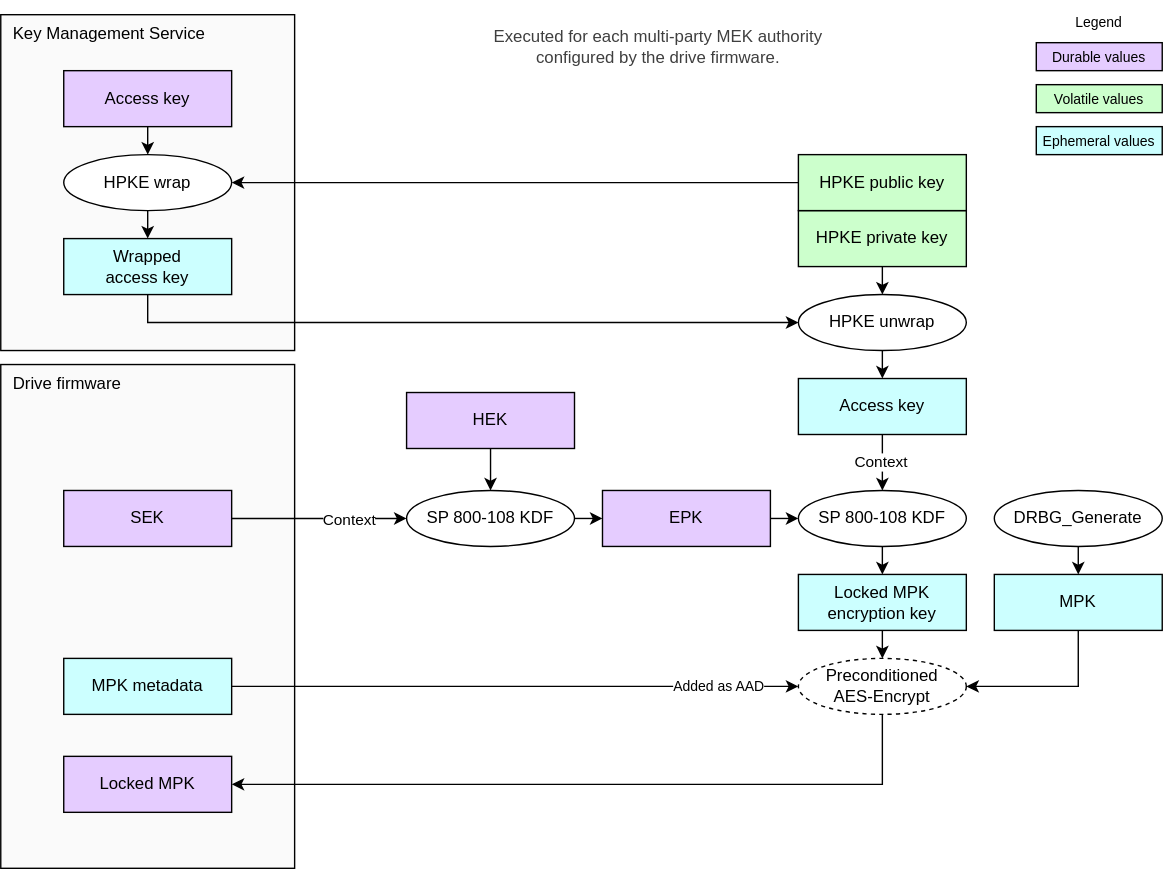
Before: doc/ocp_lock/diagrams/mpk_generate.drawio.svg, a diagram exported from draw.io (chipsalliance/Caliptra). Source tidied: cells renumbered, new cells last; positions are measured from the earlier drawing's top-left corner, leaving out a move shared by most shapes.
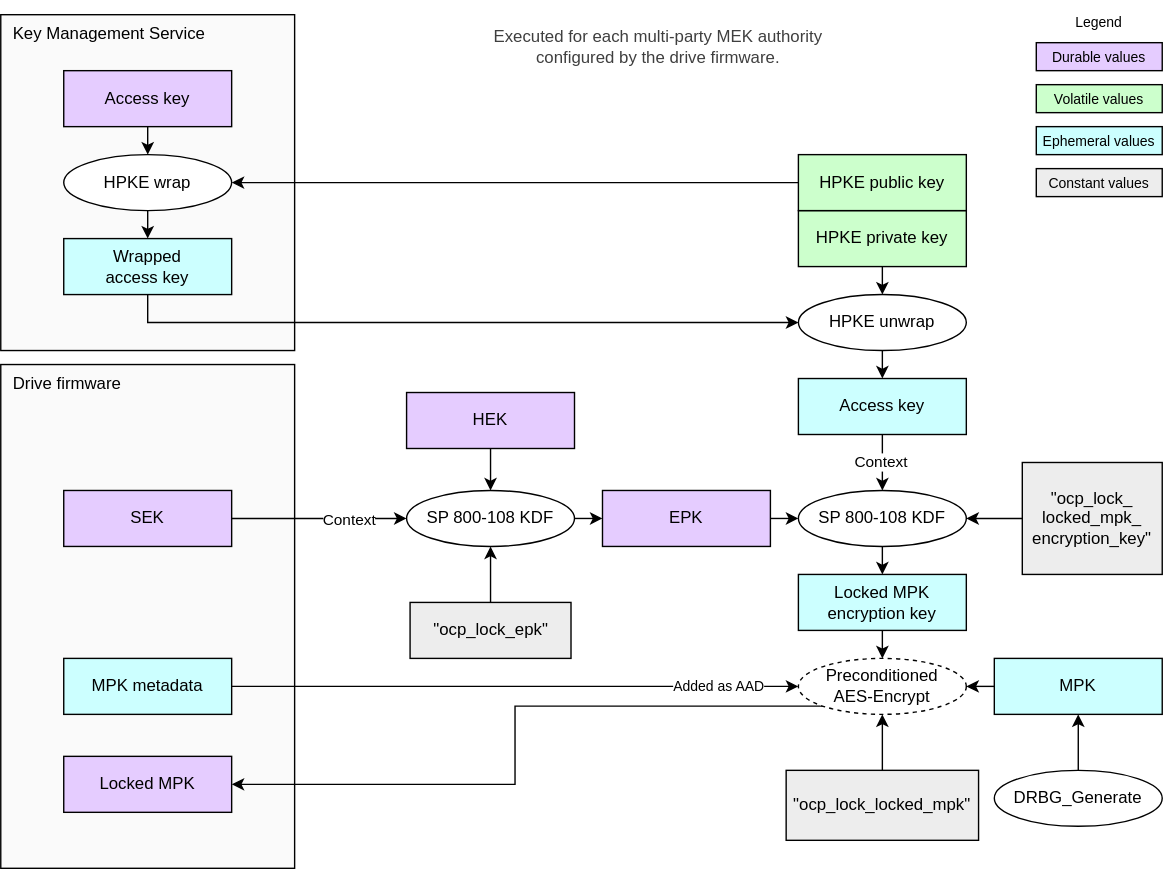
After the change.

Commit message:
[OCP-LOCK]: Add KDF labels to diagrams (#632)

The edit, as a diff of the source:
```diff
@@ -26,21 +26,21 @@
     <mxCell id="9" value="&lt;div&gt;&lt;font color=&quot;#000000&quot;&gt;Access key&lt;/font&gt;&lt;/div&gt;" style="rounded=0;whiteSpace=wrap;html=1;align=center;verticalAlign=middle;shadow=0;glass=0;spacingLeft=0;spacingBottom=0;spacingTop=0;fillColor=#CCFFFF;" parent="1" vertex="1">
       <mxGeometry x="570" y="270" width="120" height="40" as="geometry" />
     </mxCell>
+    <mxCell id="47" style="edgeStyle=orthogonalEdgeStyle;html=1;exitX=0;exitY=1;exitDx=0;exitDy=0;entryX=1;entryY=0.5;entryDx=0;entryDy=0;rounded=0;curved=0;" parent="1" edge="1" source="10" target="4">
+      <mxGeometry relative="1" as="geometry" />
+    </mxCell>
     <mxCell id="10" value="Preconditioned&lt;div&gt;AES-Encrypt&lt;/div&gt;" style="ellipse;whiteSpace=wrap;html=1;fillColor=#FFFFFF;dashed=1;" parent="1" vertex="1">
       <mxGeometry x="570" y="470" width="120" height="40" as="geometry" />
     </mxCell>
-    <mxCell id="11" style="endArrow=none;html=1;exitX=1;exitY=0.5;exitDx=0;exitDy=0;entryX=0.5;entryY=1;entryDx=0;entryDy=0;startArrow=classic;startFill=1;endFill=0;endSize=6;startSize=6;rounded=0;edgeStyle=orthogonalEdgeStyle;" parent="1" edge="1" source="4" target="10">
-      <mxGeometry relative="1" as="geometry" />
-    </mxCell>
     <mxCell id="12" style="endArrow=classic;html=1;exitX=0.5;exitY=1;exitDx=0;exitDy=0;entryX=0.5;entryY=0;entryDx=0;entryDy=0;endSize=6;startSize=6;" parent="1" edge="1" source="43" target="8">
       <mxGeometry relative="1" as="geometry" />
     </mxCell>
+    <mxCell id="48" style="edgeStyle=none;html=1;exitX=0;exitY=0.5;exitDx=0;exitDy=0;entryX=1;entryY=0.5;entryDx=0;entryDy=0;" parent="1" edge="1" source="13" target="10">
+      <mxGeometry relative="1" as="geometry" />
+    </mxCell>
     <mxCell id="13" value="&lt;div&gt;&lt;font color=&quot;#000000&quot;&gt;MPK&lt;/font&gt;&lt;/div&gt;" style="rounded=0;whiteSpace=wrap;html=1;align=center;verticalAlign=middle;shadow=0;glass=0;spacingLeft=0;spacingBottom=0;spacingTop=0;fillColor=#CCFFFF;" parent="1" vertex="1">
-      <mxGeometry x="710" y="410" width="120" height="40" as="geometry" />
+      <mxGeometry x="710" y="470" width="120" height="40" as="geometry" />
     </mxCell>
-    <mxCell id="14" style="endArrow=none;html=1;exitX=1;exitY=0.5;exitDx=0;exitDy=0;entryX=0.5;entryY=1;entryDx=0;entryDy=0;startArrow=classic;startFill=1;endFill=0;endSize=6;startSize=6;rounded=0;edgeStyle=orthogonalEdgeStyle;" parent="1" edge="1" source="10" target="13">
-      <mxGeometry relative="1" as="geometry" />
-    </mxCell>
     <mxCell id="15" value="&lt;div&gt;&lt;font color=&quot;#000000&quot;&gt;HPKE private key&lt;/font&gt;&lt;/div&gt;" style="rounded=0;whiteSpace=wrap;html=1;align=center;verticalAlign=middle;shadow=0;glass=0;spacingLeft=0;spacingBottom=0;spacingTop=0;fillColor=#CCFFCC;" parent="1" vertex="1">
       <mxGeometry x="570" y="150" width="120" height="40" as="geometry" />
     </mxCell>
@@ -84,11 +84,11 @@
     <mxCell id="27" value="Legend" style="text;strokeColor=none;align=center;fillColor=none;html=1;verticalAlign=middle;whiteSpace=wrap;rounded=0;fontSize=10;" parent="1" vertex="1">
       <mxGeometry x="755" width="60" height="30" as="geometry" />
     </mxCell>
-    <mxCell id="28" style="edgeStyle=none;html=1;entryX=0.5;entryY=0;entryDx=0;entryDy=0;exitX=0.5;exitY=1;exitDx=0;exitDy=0;" parent="1" edge="1" source="29" target="13">
+    <mxCell id="28" style="edgeStyle=none;html=1;exitX=0.5;exitY=0;exitDx=0;exitDy=0;entryX=0.5;entryY=1;entryDx=0;entryDy=0;" parent="1" edge="1" source="29" target="13">
       <mxGeometry relative="1" as="geometry" />
     </mxCell>
     <mxCell id="29" value="DRBG_Generate" style="ellipse;whiteSpace=wrap;html=1;fillColor=#FFFFFF;" parent="1" vertex="1">
-      <mxGeometry x="710" y="350" width="120" height="40" as="geometry" />
+      <mxGeometry x="710" y="550" width="120" height="40" as="geometry" />
     </mxCell>
     <mxCell id="30" value="&lt;div&gt;&lt;font color=&quot;#000000&quot;&gt;Volatile values&lt;/font&gt;&lt;/div&gt;" style="rounded=0;whiteSpace=wrap;html=1;align=center;verticalAlign=middle;shadow=0;glass=0;spacingLeft=0;spacingBottom=0;spacingTop=0;fillColor=#CCFFCC;fontSize=10;" parent="1" vertex="1">
       <mxGeometry x="740" y="60" width="90" height="20" as="geometry" />
@@ -143,5 +143,26 @@
     <mxCell id="46" value="Context" style="edgeLabel;html=1;align=center;verticalAlign=middle;" parent="1" vertex="1">
       <mxGeometry x="248" y="370" as="geometry" />
     </mxCell>
+    <mxCell id="49" style="edgeStyle=none;html=1;exitX=0.5;exitY=0;exitDx=0;exitDy=0;entryX=0.5;entryY=1;entryDx=0;entryDy=0;" parent="1" edge="1" source="50" target="40">
+      <mxGeometry relative="1" as="geometry" />
+    </mxCell>
+    <mxCell id="50" value="&lt;div&gt;&lt;span style=&quot;background-color: transparent;&quot;&gt;&quot;ocp_lock_epk&quot;&lt;/span&gt;&lt;/div&gt;" style="rounded=0;whiteSpace=wrap;html=1;align=center;verticalAlign=middle;shadow=0;glass=0;spacingLeft=0;spacingBottom=0;spacingTop=0;fillColor=#EDEDED;" parent="1" vertex="1">
+      <mxGeometry x="292.5" y="430" width="115" height="40" as="geometry" />
+    </mxCell>
+    <mxCell id="51" value="&lt;div&gt;&lt;font color=&quot;#000000&quot;&gt;Constant values&lt;/font&gt;&lt;/div&gt;" style="rounded=0;whiteSpace=wrap;html=1;align=center;verticalAlign=middle;shadow=0;glass=0;spacingLeft=0;spacingBottom=0;spacingTop=0;fillColor=#EDEDED;fontSize=10;" parent="1" vertex="1">
+      <mxGeometry x="740" y="120" width="90" height="20" as="geometry" />
+    </mxCell>
+    <mxCell id="52" style="edgeStyle=none;html=1;exitX=0.5;exitY=0;exitDx=0;exitDy=0;entryX=0.5;entryY=1;entryDx=0;entryDy=0;" parent="1" edge="1" source="53" target="10">
+      <mxGeometry relative="1" as="geometry" />
+    </mxCell>
+    <mxCell id="53" value="&lt;div&gt;&lt;span style=&quot;background-color: transparent;&quot;&gt;&quot;ocp_lock_locked_mpk&quot;&lt;/span&gt;&lt;/div&gt;" style="rounded=0;whiteSpace=wrap;html=1;align=center;verticalAlign=middle;shadow=0;glass=0;spacingLeft=0;spacingBottom=0;spacingTop=0;fillColor=#EDEDED;" parent="1" vertex="1">
+      <mxGeometry x="561.2" y="550" width="137.5" height="50" as="geometry" />
+    </mxCell>
+    <mxCell id="54" style="edgeStyle=none;html=1;exitX=0;exitY=0.5;exitDx=0;exitDy=0;entryX=1;entryY=0.5;entryDx=0;entryDy=0;" parent="1" edge="1" source="55" target="43">
+      <mxGeometry relative="1" as="geometry" />
+    </mxCell>
+    <mxCell id="55" value="&lt;div&gt;&lt;span style=&quot;background-color: transparent;&quot;&gt;&quot;ocp_lock_&lt;br&gt;locked_mpk_&lt;br&gt;encryption_key&quot;&lt;/span&gt;&lt;/div&gt;" style="rounded=0;whiteSpace=wrap;html=1;align=center;verticalAlign=middle;shadow=0;glass=0;spacingLeft=0;spacingBottom=0;spacingTop=0;fillColor=#EDEDED;" parent="1" vertex="1">
+      <mxGeometry x="730" y="330" width="100" height="80" as="geometry" />
+    </mxCell>
   </root>
 </mxGraphModel>
```
